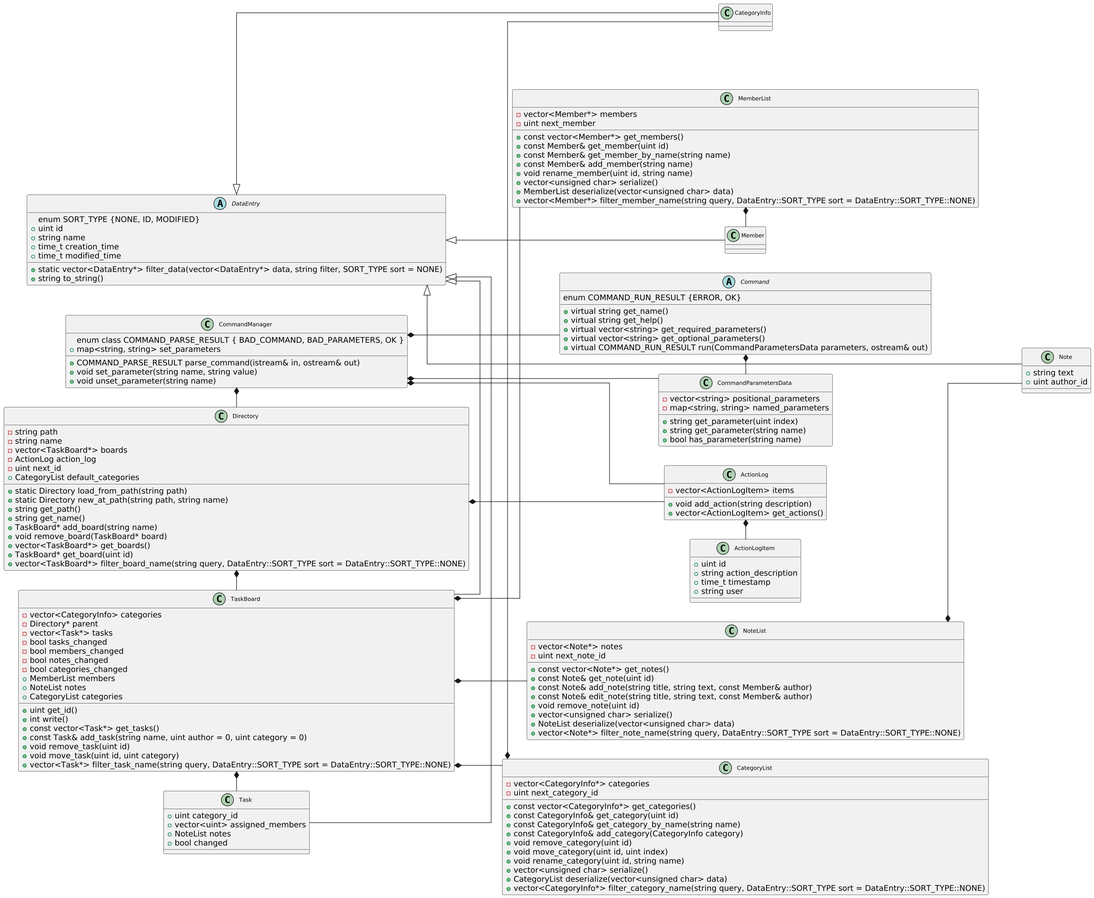
This is docs/ClassRelationDiagram.png from IsaiasB1122/CS100-Project, a PlantUML export, as it was before one commit. The source it was exported from:
```plantuml
@startuml
scale 1.5
skinparam class {
    Padding 4
    Margin 8
    FontSize 10
}

left to right direction

abstract class DataEntry {
    enum SORT_TYPE {NONE, ID, MODIFIED}
    + uint id
    + string name
    + time_t creation_time
    + time_t modified_time
    + static vector<DataEntry*> filter_data(vector<DataEntry*> data, string filter, SORT_TYPE sort = NONE)
    + string to_string()
}

DataEntry  <|--  Note
Note : + string text
Note : + uint author_id

DataEntry <|-- CategoryInfo
DataEntry <|-- Member

DataEntry <|- Task
Task : + uint category_id
Task : + vector<uint> assigned_members
Task : + NoteList notes
Task : + bool changed

DataEntry <|- TaskBoard
TaskBoard : - vector<CategoryInfo> categories
TaskBoard : - Directory* parent
TaskBoard : - vector<Task*> tasks
TaskBoard : - bool tasks_changed
TaskBoard : - bool members_changed
TaskBoard : - bool notes_changed
TaskBoard : - bool categories_changed
TaskBoard : + MemberList members
TaskBoard : + NoteList notes
TaskBoard : + CategoryList categories
TaskBoard : + uint get_id()
TaskBoard : + int write()
TaskBoard : + const vector<Task*> get_tasks()
TaskBoard : + const Task& add_task(string name, uint author = 0, uint category = 0)
TaskBoard : + void remove_task(uint id)
TaskBoard : + void move_task(uint id, uint category)
TaskBoard : + vector<Task*> filter_task_name(string query, DataEntry::SORT_TYPE sort = DataEntry::SORT_TYPE::NONE)

class NoteList {
    - vector<Note*> notes
    - uint next_note_id
    + const vector<Note*> get_notes()
    + const Note& get_note(uint id)
    + const Note& add_note(string title, string text, const Member& author)
    + const Note& edit_note(string title, string text, const Member& author)
    + void remove_note(uint id)
    + vector<unsigned char> serialize()
    + NoteList deserialize(vector<unsigned char> data)
    + vector<Note*> filter_note_name(string query, DataEntry::SORT_TYPE sort = DataEntry::SORT_TYPE::NONE)
}

class CategoryList {
    - vector<CategoryInfo*> categories
    - uint next_category_id
    + const vector<CategoryInfo*> get_categories()
    + const CategoryInfo& get_category(uint id)
    + const CategoryInfo& get_category_by_name(string name)
    + const CategoryInfo& add_category(CategoryInfo category)
    + void remove_category(uint id)
    + void move_category(uint id, uint index)
    + void rename_category(uint id, string name)
    + vector<unsigned char> serialize()
    + CategoryList deserialize(vector<unsigned char> data)
    + vector<CategoryInfo*> filter_category_name(string query, DataEntry::SORT_TYPE sort = DataEntry::SORT_TYPE::NONE)
}

class MemberList {
    - vector<Member*> members
    - uint next_member
    + const vector<Member*> get_members()
    + const Member& get_member(uint id)
    + const Member& get_member_by_name(string name)
    + const Member& add_member(string name)
    + void rename_member(uint id, string name)
    + vector<unsigned char> serialize()
    + MemberList deserialize(vector<unsigned char> data)
    + vector<Member*> filter_member_name(string query, DataEntry::SORT_TYPE sort = DataEntry::SORT_TYPE::NONE)
}

class Directory {
    - string path
    - string name
    - vector<TaskBoard*> boards
    - ActionLog action_log
    - uint next_id
    + CategoryList default_categories
    + static Directory load_from_path(string path)
    + static Directory new_at_path(string path, string name)
    + string get_path()
    + string get_name()
    + TaskBoard* add_board(string name)
    + void remove_board(TaskBoard* board)
    + vector<TaskBoard*> get_boards()
    + TaskBoard* get_board(uint id)
    + vector<TaskBoard*> filter_board_name(string query, DataEntry::SORT_TYPE sort = DataEntry::SORT_TYPE::NONE)
}

class CommandManager {
    enum class COMMAND_PARSE_RESULT { BAD_COMMAND, BAD_PARAMETERS, OK }
    + COMMAND_PARSE_RESULT parse_command(istream& in, ostream& out)
    + void set_parameter(string name, string value)
    + void unset_parameter(string name)
    + map<string, string> set_parameters
}

class CommandParametersData {
    - vector<string> positional_parameters
    - map<string, string> named_parameters
    + string get_parameter(uint index)
    + string get_parameter(string name)
    + bool has_parameter(string name)
}

abstract class Command {
    enum COMMAND_RUN_RESULT {ERROR, OK}
    + virtual string get_name()
    + virtual string get_help()
    + virtual vector<string> get_required_parameters()
    + virtual vector<string> get_optional_parameters()
    + virtual COMMAND_RUN_RESULT run(CommandParametersData parameters, ostream& out)
}

class ActionLogItem {
    + uint id
    + string action_description
    + time_t timestamp
    + string user
}

class ActionLog {
    - vector<ActionLogItem> items
    + void add_action(string description)
    + vector<ActionLogItem> get_actions()
}

skinparam linetype ortho

NoteList *-- Note
CategoryInfo -* CategoryList
MemberList *- Member
TaskBoard *-- NoteList
TaskBoard *- CategoryList
TaskBoard *--  MemberList
TaskBoard *- Task
Directory *- TaskBoard
Directory *- ActionLog
ActionLog *-  ActionLogItem
CommandManager *--  Command
CommandManager  *--  CommandParametersData
CommandManager *--  ActionLog
CommandManager *-  Directory
Command  *-  CommandParametersData
@enduml
```
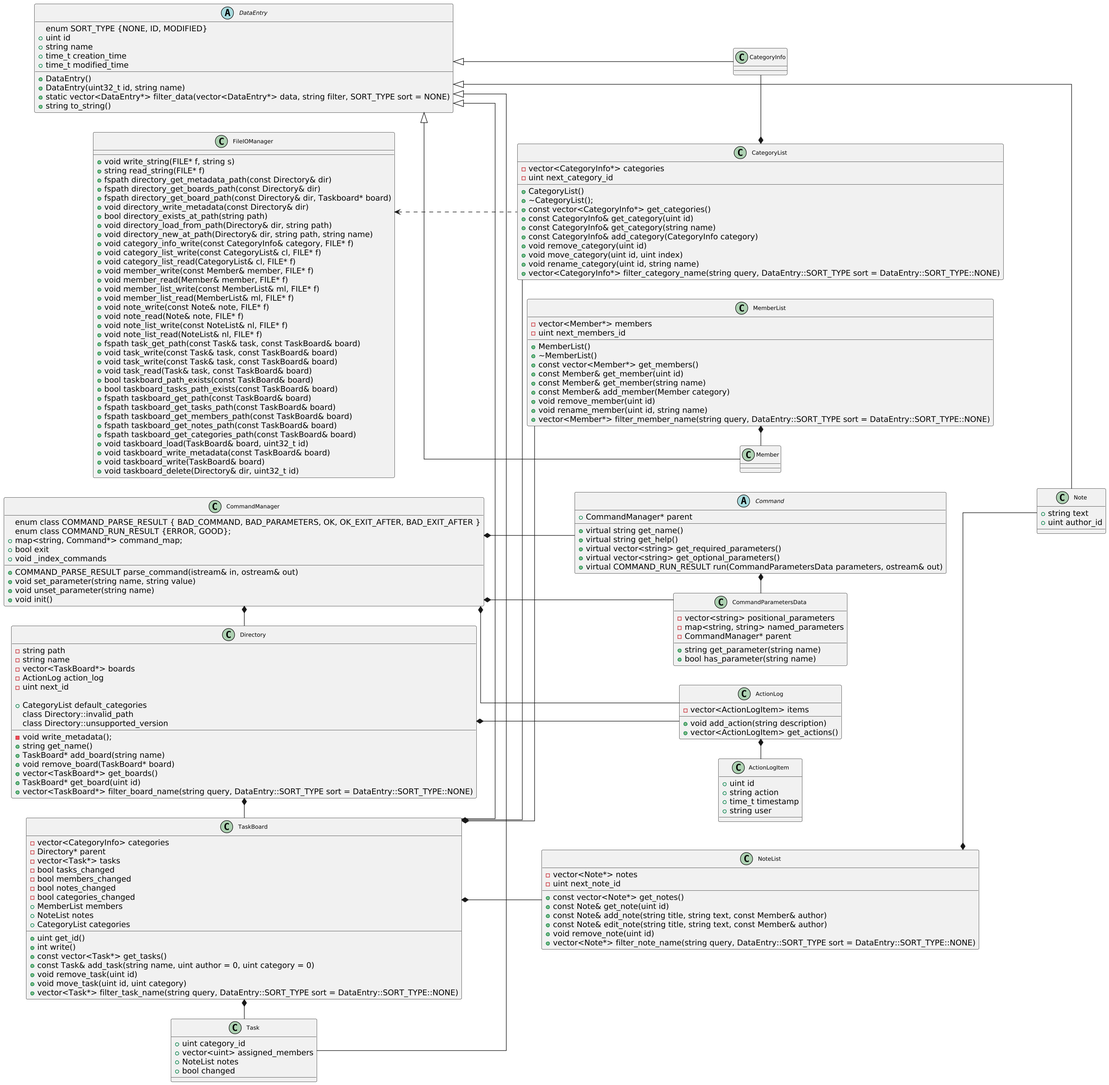
After the commit.

Commit message:
Update the UML diagram files

The edit, as a diff of the source:
```diff
@@ -14,6 +14,8 @@
     + string name
     + time_t creation_time
     + time_t modified_time
+    + DataEntry()
+    + DataEntry(uint32_t id, string name)
     + static vector<DataEntry*> filter_data(vector<DataEntry*> data, string filter, SORT_TYPE sort = NONE)
     + string to_string()
 }
@@ -58,36 +60,37 @@
     + const Note& add_note(string title, string text, const Member& author)
     + const Note& edit_note(string title, string text, const Member& author)
     + void remove_note(uint id)
-    + vector<unsigned char> serialize()
-    + NoteList deserialize(vector<unsigned char> data)
     + vector<Note*> filter_note_name(string query, DataEntry::SORT_TYPE sort = DataEntry::SORT_TYPE::NONE)
 }
 
 class CategoryList {
     - vector<CategoryInfo*> categories
     - uint next_category_id
+
+    + CategoryList()
+    + ~CategoryList();
     + const vector<CategoryInfo*> get_categories()
     + const CategoryInfo& get_category(uint id)
-    + const CategoryInfo& get_category_by_name(string name)
+    + const CategoryInfo& get_category(string name)
     + const CategoryInfo& add_category(CategoryInfo category)
     + void remove_category(uint id)
     + void move_category(uint id, uint index)
     + void rename_category(uint id, string name)
-    + vector<unsigned char> serialize()
-    + CategoryList deserialize(vector<unsigned char> data)
     + vector<CategoryInfo*> filter_category_name(string query, DataEntry::SORT_TYPE sort = DataEntry::SORT_TYPE::NONE)
 }
 
 class MemberList {
     - vector<Member*> members
-    - uint next_member
+    - uint next_members_id
+
+    + MemberList()
+    + ~MemberList()
     + const vector<Member*> get_members()
     + const Member& get_member(uint id)
-    + const Member& get_member_by_name(string name)
-    + const Member& add_member(string name)
+    + const Member& get_member(string name)
+    + const Member& add_member(Member category)
+    + void remove_member(uint id)
     + void rename_member(uint id, string name)
-    + vector<unsigned char> serialize()
-    + MemberList deserialize(vector<unsigned char> data)
     + vector<Member*> filter_member_name(string query, DataEntry::SORT_TYPE sort = DataEntry::SORT_TYPE::NONE)
 }
 
@@ -97,36 +100,41 @@
     - vector<TaskBoard*> boards
     - ActionLog action_log
     - uint next_id
+    - void write_metadata();
+
     + CategoryList default_categories
-    + static Directory load_from_path(string path)
-    + static Directory new_at_path(string path, string name)
-    + string get_path()
     + string get_name()
     + TaskBoard* add_board(string name)
     + void remove_board(TaskBoard* board)
     + vector<TaskBoard*> get_boards()
     + TaskBoard* get_board(uint id)
     + vector<TaskBoard*> filter_board_name(string query, DataEntry::SORT_TYPE sort = DataEntry::SORT_TYPE::NONE)
+    class Directory::invalid_path
+    class Directory::unsupported_version
 }
 
 class CommandManager {
-    enum class COMMAND_PARSE_RESULT { BAD_COMMAND, BAD_PARAMETERS, OK }
+    enum class COMMAND_PARSE_RESULT { BAD_COMMAND, BAD_PARAMETERS, OK, OK_EXIT_AFTER, BAD_EXIT_AFTER }
+    enum class COMMAND_RUN_RESULT {ERROR, GOOD};
+    + map<string, Command*> command_map;
+    + bool exit
     + COMMAND_PARSE_RESULT parse_command(istream& in, ostream& out)
     + void set_parameter(string name, string value)
     + void unset_parameter(string name)
-    + map<string, string> set_parameters
+    + void _index_commands
+    + void init()
 }
 
 class CommandParametersData {
     - vector<string> positional_parameters
     - map<string, string> named_parameters
-    + string get_parameter(uint index)
+    - CommandManager* parent
     + string get_parameter(string name)
     + bool has_parameter(string name)
 }
 
 abstract class Command {
-    enum COMMAND_RUN_RESULT {ERROR, OK}
+    + CommandManager* parent
     + virtual string get_name()
     + virtual string get_help()
     + virtual vector<string> get_required_parameters()
@@ -136,7 +144,7 @@
 
 class ActionLogItem {
     + uint id
-    + string action_description
+    + string action
     + time_t timestamp
     + string user
 }
@@ -145,6 +153,44 @@
     - vector<ActionLogItem> items
     + void add_action(string description)
     + vector<ActionLogItem> get_actions()
+}
+
+class FileIOManager {
+    + void write_string(FILE* f, string s)
+    + string read_string(FILE* f)
+    + fspath directory_get_metadata_path(const Directory& dir)
+    + fspath directory_get_boards_path(const Directory& dir)
+    + fspath directory_get_board_path(const Directory& dir, Taskboard* board)
+    + void directory_write_metadata(const Directory& dir)
+    + bool directory_exists_at_path(string path)
+    + void directory_load_from_path(Directory& dir, string path)
+    + void directory_new_at_path(Directory& dir, string path, string name)
+    + void category_info_write(const CategoryInfo& category, FILE* f)
+    + void category_list_write(const CategoryList& cl, FILE* f)
+    + void category_list_read(CategoryList& cl, FILE* f)
+    + void member_write(const Member& member, FILE* f)
+    + void member_read(Member& member, FILE* f)
+    + void member_list_write(const MemberList& ml, FILE* f)
+    + void member_list_read(MemberList& ml, FILE* f)
+    + void note_write(const Note& note, FILE* f)
+    + void note_read(Note& note, FILE* f)
+    + void note_list_write(const NoteList& nl, FILE* f)
+    + void note_list_read(NoteList& nl, FILE* f)
+    + fspath task_get_path(const Task& task, const TaskBoard& board)
+    + void task_write(const Task& task, const TaskBoard& board)
+    + void task_write(const Task& task, const TaskBoard& board)
+    + void task_read(Task& task, const TaskBoard& board)
+    + bool taskboard_path_exists(const TaskBoard& board)
+    + bool taskboard_tasks_path_exists(const TaskBoard& board)
+    + fspath taskboard_get_path(const TaskBoard& board)
+    + fspath taskboard_get_tasks_path(const TaskBoard& board)
+    + fspath taskboard_get_members_path(const TaskBoard& board)
+    + fspath taskboard_get_notes_path(const TaskBoard& board)
+    + fspath taskboard_get_categories_path(const TaskBoard& board)
+    + void taskboard_load(TaskBoard& board, uint32_t id)
+    + void taskboard_write_metadata(const TaskBoard& board)
+    + void taskboard_write(TaskBoard& board)
+    + void taskboard_delete(Directory& dir, uint32_t id)
 }
 
 skinparam linetype ortho
@@ -164,4 +210,5 @@
 CommandManager *--  ActionLog
 CommandManager *-  Directory
 Command  *-  CommandParametersData
+FileIOManager <.. CategoryList
 @enduml
```
